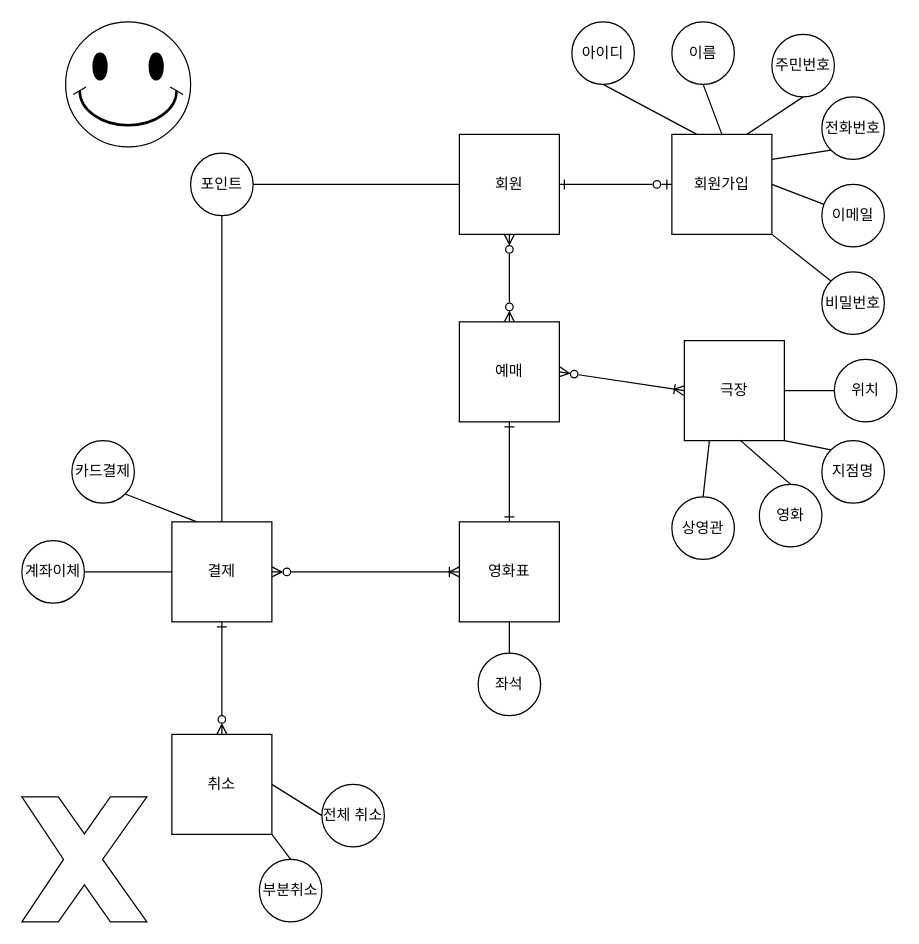
This is erd/practice11.drawio from changsoon123/sql, a draw.io file, before an edit. Source tidied: cells renumbered, new cells numbered last; positions are measured from the earlier drawing's top-left corner, leaving out a move shared by most shapes. Both pictures are drawn from the tidied source at 125%, with x=0, y=0 at pixel (21, 21).
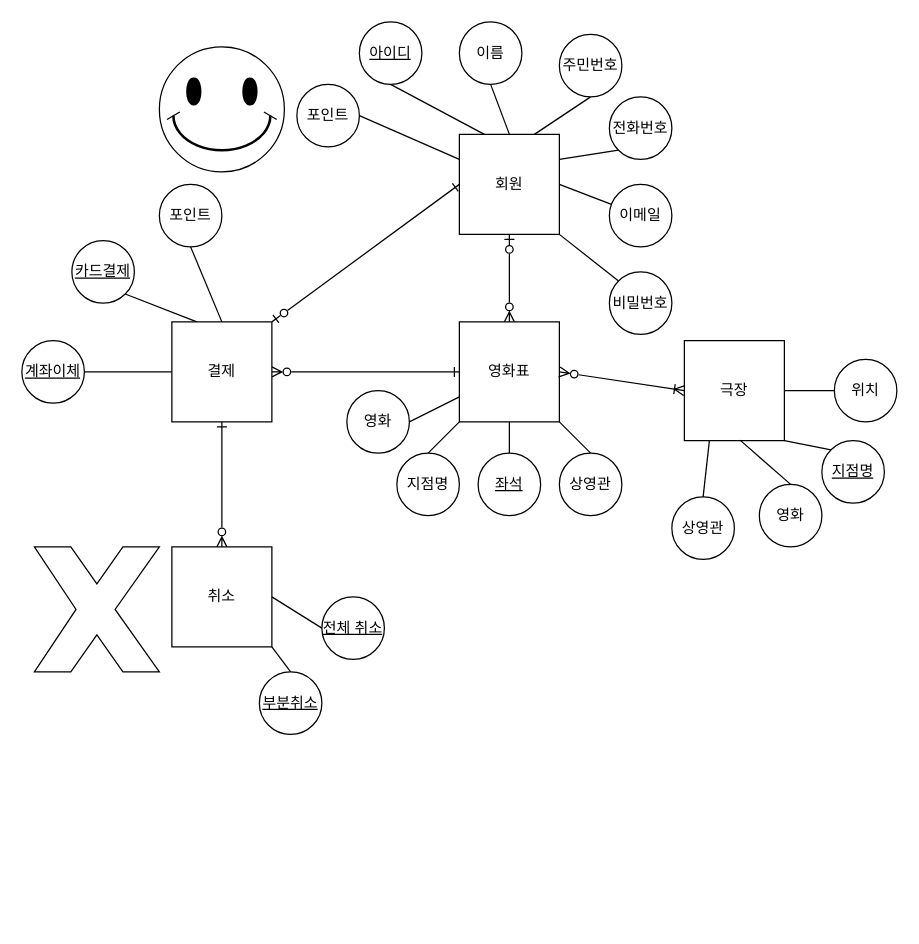
The same diagram, later.

The change refers to these unchanged cells:
```xml
<mxCell id="13" value="극장" style="whiteSpace=wrap;html=1;" parent="1" vertex="1">
  <mxGeometry x="530" y="255" width="80" height="80" as="geometry" />
</mxCell>
```

The edit, as a diff of the source:
```diff
@@
-    <mxCell id="2" style="edgeStyle=none;shape=connector;rounded=0;jettySize=auto;html=1;exitX=1;exitY=0.5;exitDx=0;exitDy=0;entryX=0;entryY=0.5;entryDx=0;entryDy=0;labelBackgroundColor=default;strokeColor=default;fontFamily=Helvetica;fontSize=11;fontColor=default;endArrow=ERzeroToOne;endFill=0;startArrow=ERone;startFill=0;" parent="1" edge="1" source="5" target="12">
-      <mxGeometry relative="1" as="geometry" />
-    </mxCell>
-    <mxCell id="3" style="edgeStyle=none;shape=connector;rounded=0;jettySize=auto;html=1;exitX=0.5;exitY=1;exitDx=0;exitDy=0;entryX=0.5;entryY=0;entryDx=0;entryDy=0;labelBackgroundColor=default;strokeColor=default;fontFamily=Helvetica;fontSize=11;fontColor=default;endArrow=ERzeroToMany;endFill=0;startArrow=ERzeroToMany;startFill=0;" parent="1" edge="1" source="5" target="32">
-      <mxGeometry relative="1" as="geometry" />
+    <mxCell id="3" style="edgeStyle=none;shape=connector;rounded=0;orthogonalLoop=1;jettySize=auto;html=1;exitX=0.5;exitY=1;exitDx=0;exitDy=0;entryX=0.5;entryY=0;entryDx=0;entryDy=0;labelBackgroundColor=default;strokeColor=default;fontFamily=Helvetica;fontSize=11;fontColor=default;endArrow=ERzeroToMany;endFill=0;startArrow=ERzeroToOne;startFill=0;" parent="1" edge="1">
+      <mxGeometry relative="1" as="geometry">
+        <mxPoint x="390" y="170" as="sourcePoint" />
+        <mxPoint x="390" y="240" as="targetPoint" />
+      </mxGeometry>
     </mxCell>
-    <mxCell id="4" style="edgeStyle=none;shape=connector;rounded=0;jettySize=auto;html=1;exitX=0;exitY=0.5;exitDx=0;exitDy=0;entryX=1;entryY=0.5;entryDx=0;entryDy=0;labelBackgroundColor=default;strokeColor=default;fontFamily=Helvetica;fontSize=11;fontColor=default;endArrow=none;endFill=0;" parent="1" edge="1" source="5" target="47">
-      <mxGeometry relative="1" as="geometry" />
-    </mxCell>
-    <mxCell id="5" value="회원" style="whiteSpace=wrap;html=1;" parent="1" vertex="1">
-      <mxGeometry x="350" y="90" width="80" height="80" as="geometry" />
-    </mxCell>
@@
+    <mxCell id="50" style="rounded=0;jettySize=auto;html=1;exitX=0;exitY=0.5;exitDx=0;exitDy=0;entryX=1;entryY=0;entryDx=0;entryDy=0;endArrow=ERzeroToOne;endFill=0;startArrow=ERone;startFill=0;" parent="1" edge="1" source="12" target="19">
+      <mxGeometry relative="1" as="geometry" />
+    </mxCell>
-    <mxCell id="12" value="회원가입" style="whiteSpace=wrap;html=1;" parent="1" vertex="1">
-      <mxGeometry x="520" y="90" width="80" height="80" as="geometry" />
+    <mxCell id="12" value="회원" style="whiteSpace=wrap;html=1;" parent="1" vertex="1">
+      <mxGeometry x="350" y="90" width="80" height="80" as="geometry" />
     </mxCell>
@@
     <mxCell id="14" value="영화표" style="whiteSpace=wrap;html=1;" parent="1" vertex="1">
-      <mxGeometry x="350" y="400" width="80" height="80" as="geometry" />
+      <mxGeometry x="350" y="240" width="80" height="80" as="geometry" />
     </mxCell>
-    <mxCell id="15" style="edgeStyle=none;shape=connector;rounded=0;jettySize=auto;html=1;exitX=1;exitY=0.5;exitDx=0;exitDy=0;entryX=0;entryY=0.5;entryDx=0;entryDy=0;labelBackgroundColor=default;strokeColor=default;fontFamily=Helvetica;fontSize=11;fontColor=default;endArrow=ERoneToMany;endFill=0;startArrow=ERzeroToMany;startFill=0;" parent="1" edge="1" source="19" target="14">
+    <mxCell id="15" style="edgeStyle=none;shape=connector;rounded=0;jettySize=auto;html=1;exitX=1;exitY=0.5;exitDx=0;exitDy=0;entryX=0;entryY=0.5;entryDx=0;entryDy=0;labelBackgroundColor=default;strokeColor=default;fontFamily=Helvetica;fontSize=11;fontColor=default;endArrow=ERone;endFill=0;startArrow=ERzeroToMany;startFill=0;" parent="1" edge="1" source="19" target="14">
       <mxGeometry relative="1" as="geometry" />
     </mxCell>
@@
-    <mxCell id="18" style="edgeStyle=none;shape=connector;rounded=0;jettySize=auto;html=1;exitX=0.5;exitY=0;exitDx=0;exitDy=0;entryX=0.5;entryY=1;entryDx=0;entryDy=0;labelBackgroundColor=default;strokeColor=default;fontFamily=Helvetica;fontSize=11;fontColor=default;endArrow=none;endFill=0;" parent="1" edge="1" source="19" target="47">
-      <mxGeometry relative="1" as="geometry" />
-    </mxCell>
+    <mxCell id="51" style="rounded=0;jettySize=auto;html=1;exitX=0.5;exitY=0;exitDx=0;exitDy=0;entryX=0.5;entryY=1;entryDx=0;entryDy=0;endArrow=none;endFill=0;" parent="1" edge="1" source="19" target="52">
+      <mxGeometry relative="1" as="geometry" />
+    </mxCell>
     <mxCell id="19" value="결제" style="whiteSpace=wrap;html=1;" parent="1" vertex="1">
-      <mxGeometry x="120" y="400" width="80" height="80" as="geometry" />
+      <mxGeometry x="120" y="240" width="80" height="80" as="geometry" />
     </mxCell>
     <mxCell id="20" value="이름" style="ellipse;whiteSpace=wrap;html=1;" parent="1" vertex="1">
-      <mxGeometry x="520" width="50" height="50" as="geometry" />
+      <mxGeometry x="350" width="50" height="50" as="geometry" />
     </mxCell>
     <mxCell id="21" value="전화번호" style="ellipse;whiteSpace=wrap;html=1;" parent="1" vertex="1">
-      <mxGeometry x="640" y="60" width="50" height="50" as="geometry" />
+      <mxGeometry x="470" y="60" width="50" height="50" as="geometry" />
     </mxCell>
     <mxCell id="22" value="주민번호" style="ellipse;whiteSpace=wrap;html=1;" parent="1" vertex="1">
-      <mxGeometry x="600" y="10" width="50" height="50" as="geometry" />
+      <mxGeometry x="430" y="10" width="50" height="50" as="geometry" />
     </mxCell>
     <mxCell id="23" value="이메일" style="ellipse;whiteSpace=wrap;html=1;" parent="1" vertex="1">
-      <mxGeometry x="640" y="130" width="50" height="50" as="geometry" />
+      <mxGeometry x="470" y="130" width="50" height="50" as="geometry" />
     </mxCell>
-    <mxCell id="24" value="계좌이체" style="ellipse;whiteSpace=wrap;html=1;" parent="1" vertex="1">
-      <mxGeometry y="415" width="50" height="50" as="geometry" />
+    <mxCell id="24" value="&lt;u&gt;계좌이체&lt;/u&gt;" style="ellipse;whiteSpace=wrap;html=1;" parent="1" vertex="1">
+      <mxGeometry y="255" width="50" height="50" as="geometry" />
     </mxCell>
-    <mxCell id="25" value="카드결제" style="ellipse;whiteSpace=wrap;html=1;" parent="1" vertex="1">
-      <mxGeometry x="40" y="335" width="50" height="50" as="geometry" />
+    <mxCell id="25" value="&lt;u&gt;카드결제&lt;/u&gt;" style="ellipse;whiteSpace=wrap;html=1;" parent="1" vertex="1">
+      <mxGeometry x="40" y="175" width="50" height="50" as="geometry" />
     </mxCell>
@@
-    <mxCell id="27" value="부분취소" style="ellipse;whiteSpace=wrap;html=1;" parent="1" vertex="1">
-      <mxGeometry x="190" y="670" width="50" height="50" as="geometry" />
+    <mxCell id="27" value="&lt;u&gt;부분취소&lt;/u&gt;" style="ellipse;whiteSpace=wrap;html=1;" parent="1" vertex="1">
+      <mxGeometry x="190" y="520" width="50" height="50" as="geometry" />
     </mxCell>
-    <mxCell id="28" value="아이디" style="ellipse;whiteSpace=wrap;html=1;" parent="1" vertex="1">
-      <mxGeometry x="440" width="50" height="50" as="geometry" />
+    <mxCell id="28" value="&lt;u&gt;아이디&lt;/u&gt;" style="ellipse;whiteSpace=wrap;html=1;" parent="1" vertex="1">
+      <mxGeometry x="270" width="50" height="50" as="geometry" />
     </mxCell>
     <mxCell id="29" value="비밀번호" style="ellipse;whiteSpace=wrap;html=1;" parent="1" vertex="1">
-      <mxGeometry x="640" y="200" width="50" height="50" as="geometry" />
+      <mxGeometry x="470" y="200" width="50" height="50" as="geometry" />
     </mxCell>
-    <mxCell id="30" style="edgeStyle=none;shape=connector;rounded=0;jettySize=auto;html=1;exitX=0.5;exitY=1;exitDx=0;exitDy=0;entryX=0.5;entryY=0;entryDx=0;entryDy=0;labelBackgroundColor=default;strokeColor=default;fontFamily=Helvetica;fontSize=11;fontColor=default;endArrow=ERone;endFill=0;startArrow=ERone;startFill=0;" parent="1" edge="1" source="32" target="14">
-      <mxGeometry relative="1" as="geometry" />
-    </mxCell>
-    <mxCell id="31" style="edgeStyle=none;shape=connector;rounded=0;jettySize=auto;html=1;exitX=1;exitY=0.5;exitDx=0;exitDy=0;entryX=0;entryY=0.5;entryDx=0;entryDy=0;labelBackgroundColor=default;strokeColor=default;fontFamily=Helvetica;fontSize=11;fontColor=default;endArrow=ERoneToMany;endFill=0;startArrow=ERzeroToMany;startFill=0;" parent="1" edge="1" source="32" target="13">
-      <mxGeometry relative="1" as="geometry" />
+    <mxCell id="31" style="edgeStyle=none;shape=connector;rounded=0;jettySize=auto;html=1;exitX=1;exitY=0.5;exitDx=0;exitDy=0;entryX=0;entryY=0.5;entryDx=0;entryDy=0;labelBackgroundColor=default;strokeColor=default;fontFamily=Helvetica;fontSize=11;fontColor=default;endArrow=ERoneToMany;endFill=0;startArrow=ERzeroToMany;startFill=0;" parent="1" edge="1" target="13">
+      <mxGeometry relative="1" as="geometry">
+        <mxPoint x="430" y="280" as="sourcePoint" />
+      </mxGeometry>
     </mxCell>
-    <mxCell id="32" value="예매" style="whiteSpace=wrap;html=1;" parent="1" vertex="1">
-      <mxGeometry x="350" y="240" width="80" height="80" as="geometry" />
-    </mxCell>
@@
     <mxCell id="34" value="취소" style="whiteSpace=wrap;html=1;" parent="1" vertex="1">
-      <mxGeometry x="120" y="570" width="80" height="80" as="geometry" />
+      <mxGeometry x="120" y="420" width="80" height="80" as="geometry" />
     </mxCell>
@@
-    <mxCell id="36" value="전체 취소" style="ellipse;whiteSpace=wrap;html=1;" parent="1" vertex="1">
-      <mxGeometry x="240" y="610" width="50" height="50" as="geometry" />
+    <mxCell id="36" value="&lt;u&gt;전체 취소&lt;/u&gt;" style="ellipse;whiteSpace=wrap;html=1;" parent="1" vertex="1">
+      <mxGeometry x="240" y="460" width="50" height="50" as="geometry" />
     </mxCell>
@@
-    <mxCell id="38" value="좌석" style="ellipse;whiteSpace=wrap;html=1;" parent="1" vertex="1">
-      <mxGeometry x="365" y="505" width="50" height="50" as="geometry" />
+    <mxCell id="38" value="&lt;u&gt;좌석&lt;/u&gt;" style="ellipse;whiteSpace=wrap;html=1;" parent="1" vertex="1">
+      <mxGeometry x="365" y="345" width="50" height="50" as="geometry" />
     </mxCell>
@@
-    <mxCell id="42" value="지점명" style="ellipse;whiteSpace=wrap;html=1;" parent="1" vertex="1">
+    <mxCell id="42" value="&lt;u&gt;지점명&lt;/u&gt;" style="ellipse;whiteSpace=wrap;html=1;" parent="1" vertex="1">
       <mxGeometry x="640" y="335" width="50" height="50" as="geometry" />
     </mxCell>
@@
-    <mxCell id="47" value="포인트" style="ellipse;whiteSpace=wrap;html=1;" parent="1" vertex="1">
-      <mxGeometry x="135" y="105" width="50" height="50" as="geometry" />
-    </mxCell>
     <mxCell id="48" style="verticalLabelPosition=bottom;verticalAlign=top;html=1;shape=mxgraph.basic.smiley;fontFamily=Helvetica;fontSize=11;fontColor=default;" parent="1" vertex="1">
-      <mxGeometry x="35" width="100" height="100" as="geometry" />
+      <mxGeometry x="110" y="20" width="100" height="100" as="geometry" />
     </mxCell>
     <mxCell id="49" style="verticalLabelPosition=bottom;verticalAlign=top;html=1;shape=mxgraph.basic.x;fontFamily=Helvetica;fontSize=11;fontColor=default;" parent="1" vertex="1">
-      <mxGeometry y="620" width="100" height="100" as="geometry" />
+      <mxGeometry x="10" y="420" width="100" height="100" as="geometry" />
     </mxCell>
+    <mxCell id="52" value="포인트" style="ellipse;whiteSpace=wrap;html=1;" parent="1" vertex="1">
+      <mxGeometry x="110" y="130" width="50" height="50" as="geometry" />
+    </mxCell>
+    <mxCell id="53" style="rounded=0;jettySize=auto;html=1;exitX=1;exitY=0.5;exitDx=0;exitDy=0;entryX=0;entryY=0.25;entryDx=0;entryDy=0;endArrow=none;endFill=0;" parent="1" edge="1" source="54" target="12">
+      <mxGeometry relative="1" as="geometry" />
+    </mxCell>
+    <mxCell id="54" value="포인트" style="ellipse;whiteSpace=wrap;html=1;" parent="1" vertex="1">
+      <mxGeometry x="220" y="50" width="50" height="50" as="geometry" />
+    </mxCell>
+    <mxCell id="55" style="edgeStyle=none;shape=connector;rounded=0;jettySize=auto;html=1;exitX=0.5;exitY=0;exitDx=0;exitDy=0;entryX=1;entryY=1;entryDx=0;entryDy=0;labelBackgroundColor=default;strokeColor=default;fontFamily=Helvetica;fontSize=11;fontColor=default;endArrow=none;endFill=0;" parent="1" edge="1" source="56" target="14">
+      <mxGeometry relative="1" as="geometry" />
+    </mxCell>
+    <mxCell id="56" value="상영관" style="ellipse;whiteSpace=wrap;html=1;" parent="1" vertex="1">
+      <mxGeometry x="430" y="345" width="50" height="50" as="geometry" />
+    </mxCell>
+    <mxCell id="57" style="edgeStyle=none;shape=connector;rounded=0;jettySize=auto;html=1;exitX=0.5;exitY=0;exitDx=0;exitDy=0;entryX=0;entryY=1;entryDx=0;entryDy=0;labelBackgroundColor=default;strokeColor=default;fontFamily=Helvetica;fontSize=11;fontColor=default;endArrow=none;endFill=0;" parent="1" edge="1" source="58" target="14">
+      <mxGeometry relative="1" as="geometry" />
+    </mxCell>
+    <mxCell id="58" value="지점명" style="ellipse;whiteSpace=wrap;html=1;" parent="1" vertex="1">
+      <mxGeometry x="300" y="345" width="50" height="50" as="geometry" />
+    </mxCell>
+    <mxCell id="59" style="edgeStyle=none;shape=connector;rounded=0;jettySize=auto;html=1;exitX=1;exitY=0.5;exitDx=0;exitDy=0;entryX=0;entryY=0.75;entryDx=0;entryDy=0;labelBackgroundColor=default;strokeColor=default;fontFamily=Helvetica;fontSize=11;fontColor=default;endArrow=none;endFill=0;" parent="1" edge="1" source="60" target="14">
+      <mxGeometry relative="1" as="geometry" />
+    </mxCell>
+    <mxCell id="60" value="영화" style="ellipse;whiteSpace=wrap;html=1;" parent="1" vertex="1">
+      <mxGeometry x="260" y="295" width="50" height="50" as="geometry" />
+    </mxCell>
```
